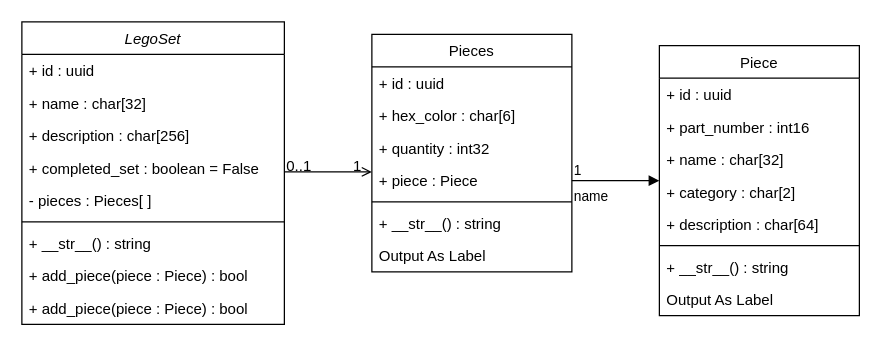
The draw.io diagram docs/Lego_Set_UML.drawio in LilDataMonster/Brixilated-Server, before the edit. Source tidied: cells renumbered, new cells numbered last; positions are measured from the earlier drawing's top-left corner, leaving out a move shared by most shapes. Both pictures are drawn from the tidied source at 125%, with x=0, y=0 at pixel (21, 21).
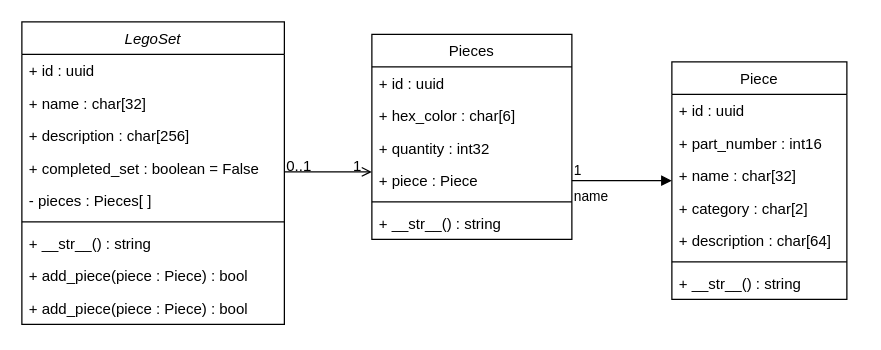
The same page after the edit.

Diff of the diagram source:
```diff
@@
     <mxCell id="12" value="Pieces" style="swimlane;fontStyle=0;align=center;verticalAlign=top;horizontal=1;startSize=26;rounded=0;shadow=0;strokeWidth=1;" parent="1" vertex="1">
-      <mxGeometry x="280" y="10" width="160" height="190" as="geometry" />
+      <mxGeometry x="280" y="10" width="160" height="164" as="geometry" />
     </mxCell>
@@
-    <mxCell id="19" value="Output As Label" style="text;align=left;verticalAlign=top;spacingLeft=4;spacingRight=4;overflow=hidden;" parent="12" vertex="1">
-      <mxGeometry y="164" width="160" height="26" as="geometry" />
-    </mxCell>
@@
     <mxCell id="23" value="Piece" style="swimlane;fontStyle=0;align=center;verticalAlign=top;horizontal=1;startSize=26;rounded=0;shadow=0;strokeWidth=1;" parent="1" vertex="1">
-      <mxGeometry x="510" y="19" width="160" height="216" as="geometry" />
+      <mxGeometry x="520" y="32" width="140" height="190" as="geometry" />
     </mxCell>
     <mxCell id="24" value="+ id : uuid" style="text;align=left;verticalAlign=top;spacingLeft=4;spacingRight=4;overflow=hidden;" parent="23" vertex="1">
-      <mxGeometry y="26" width="160" height="26" as="geometry" />
+      <mxGeometry y="26" width="140" height="26" as="geometry" />
     </mxCell>
     <mxCell id="25" value="+ part_number : int16" style="text;align=left;verticalAlign=top;spacingLeft=4;spacingRight=4;overflow=hidden;rounded=0;shadow=0;html=0;" parent="23" vertex="1">
-      <mxGeometry y="52" width="160" height="26" as="geometry" />
+      <mxGeometry y="52" width="140" height="26" as="geometry" />
     </mxCell>
     <mxCell id="26" value="+ name : char[32]" style="text;align=left;verticalAlign=top;spacingLeft=4;spacingRight=4;overflow=hidden;rounded=0;shadow=0;html=0;" parent="23" vertex="1">
-      <mxGeometry y="78" width="160" height="26" as="geometry" />
+      <mxGeometry y="78" width="140" height="26" as="geometry" />
     </mxCell>
     <mxCell id="27" value="+ category : char[2]" style="text;align=left;verticalAlign=top;spacingLeft=4;spacingRight=4;overflow=hidden;rounded=0;shadow=0;html=0;" parent="23" vertex="1">
-      <mxGeometry y="104" width="160" height="26" as="geometry" />
+      <mxGeometry y="104" width="140" height="26" as="geometry" />
     </mxCell>
     <mxCell id="28" value="+ description : char[64]" style="text;align=left;verticalAlign=top;spacingLeft=4;spacingRight=4;overflow=hidden;rounded=0;shadow=0;html=0;" parent="23" vertex="1">
-      <mxGeometry y="130" width="160" height="26" as="geometry" />
+      <mxGeometry y="130" width="140" height="26" as="geometry" />
     </mxCell>
     <mxCell id="29" style="line;html=1;strokeWidth=1;align=left;verticalAlign=middle;spacingTop=-1;spacingLeft=3;spacingRight=3;labelPosition=right;" parent="23" vertex="1">
-      <mxGeometry y="156" width="160" height="8" as="geometry" />
+      <mxGeometry y="156" width="140" height="8" as="geometry" />
     </mxCell>
     <mxCell id="30" value="+ __str__() : string" style="text;align=left;verticalAlign=top;spacingLeft=4;spacingRight=4;overflow=hidden;" parent="23" vertex="1">
-      <mxGeometry y="164" width="160" height="26" as="geometry" />
+      <mxGeometry y="164" width="140" height="26" as="geometry" />
     </mxCell>
-    <mxCell id="31" value="Output As Label" style="text;align=left;verticalAlign=top;spacingLeft=4;spacingRight=4;overflow=hidden;" parent="23" vertex="1">
-      <mxGeometry y="190" width="160" height="26" as="geometry" />
-    </mxCell>
```
